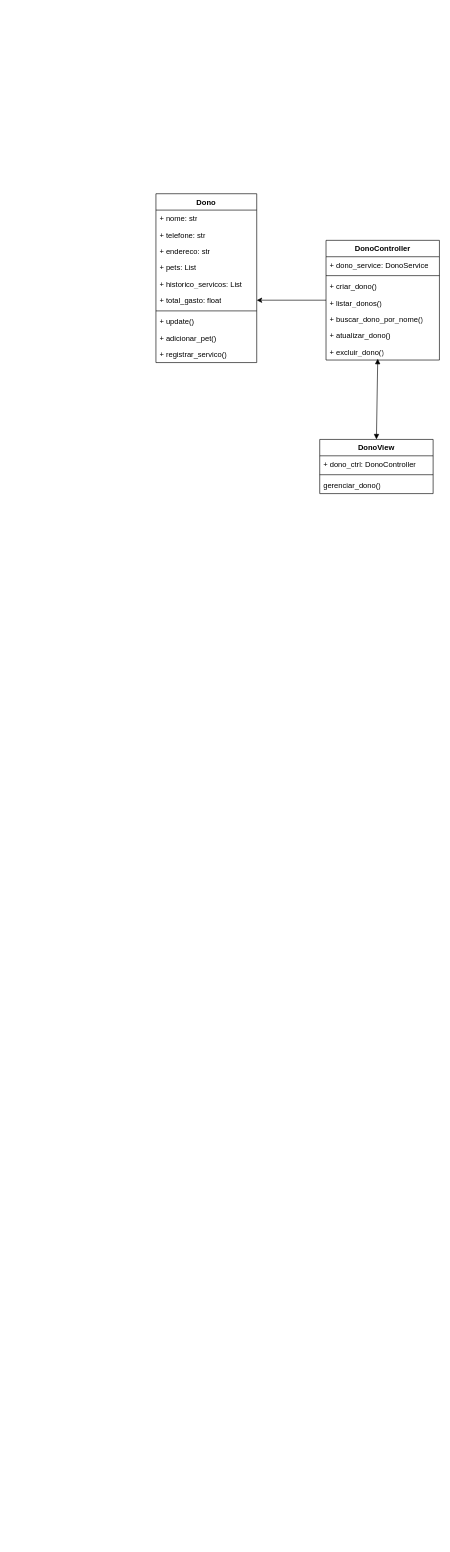
Before: UML.drawio in matheussilvano/dsoo-gestao-de-pets, a draw.io diagram. Source tidied: cells renumbered, new cells numbered last; positions are measured from the earlier drawing's top-left corner, leaving out a move shared by most shapes. Both pictures are drawn from the tidied source at 63%, with x=0, y=0 at pixel (11, 11).
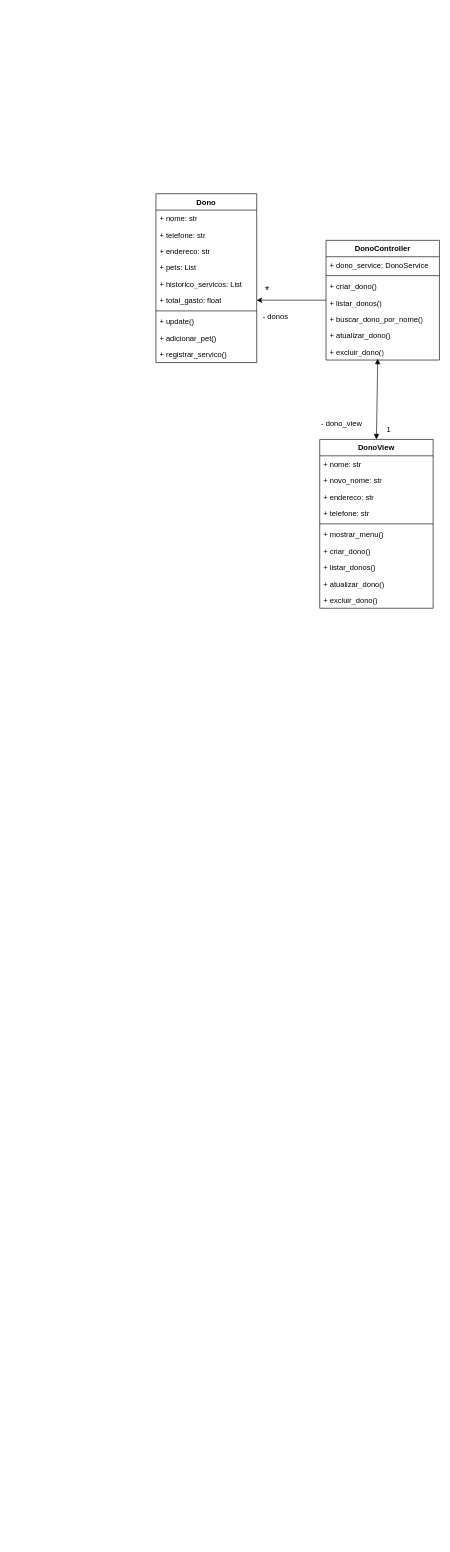
The same page after the edit.

Diff of the diagram source:
```diff
@@
     <mxCell id="2" value="&#10;  &#10;  &#10;  &#10;  &#10;  &#10;  &#10;  &#10;  &#10;  &#10;  &#10;  &#10;  &#10;  &#10;  &#10;  &#10;  &#10;  &#10;  &#10;  &#10;  &#10;  &#10;  &#10;  &#10;  &#10;  &#10;  &#10;  &#10;  &#10;  &#10;  &#10;  &#10;  &#10;  &#10;  &#10;  &#10;  &#10;  &#10;  &#10;  &#10;  &#10;  &#10;  &#10;  &#10;  &#10;  &#10;  &#10;  &#10;  &#10;  &#10;  &#10;  &#10;  &#10;  &#10;  &#10;  &#10;  &#10;  &#10;  &#10;  &#10;  &#10;  &#10;  &#10;  &#10;  &#10;  &#10;  &#10;  &#10;  &#10;  &#10;  &#10;  &#10;  &#10;  &#10;  &#10;  &#10;  &#10;  &#10;  &#10;  &#10;  &#10;  &#10;  &#10;  &#10;  &#10;  &#10;  &#10;  &#10;  &#10;  &#10;  &#10;  &#10;  &#10;  &#10;  &#10;  &#10;  &#10;  &#10;  &#10;  &#10;  &#10;  &#10;  &#10;  &#10;  &#10;  &#10;  &#10;  &#10;  &#10;  &#10;  &#10;  &#10;  &#10;  &#10;  &#10;  &#10;  &#10;  &#10;  &#10;  &#10;  &#10;  &#10;  &#10;  &#10;  &#10;  &#10;  &#10;  &#10;  &#10;  &#10;  &#10;  &#10;  &#10;  &#10;  &#10;  &#10;  &#10;  &#10;  &#10;  &#10;  &#10;  &#10;  &#10;  &#10;  &#10;  &#10;  &#10;  &#10;  &#10;  &#10;  &#10;  &#10;  &#10;  &#10;  &#10;  &#10;  &#10;" style="text;whiteSpace=wrap;html=1;" parent="1" vertex="1">
-      <mxGeometry width="30" height="2280" as="geometry" />
+      <mxGeometry x="20" y="150" width="30" height="2280" as="geometry" />
     </mxCell>
@@
     <mxCell id="23" value="DonoView" style="swimlane;fontStyle=1;align=center;verticalAlign=top;horizontal=1;startSize=26;whiteSpace=wrap;html=1;" parent="1" vertex="1">
-      <mxGeometry x="490" y="680" width="180" height="86" as="geometry" />
+      <mxGeometry x="490" y="680" width="180" height="268" as="geometry" />
     </mxCell>
-    <mxCell id="24" value="+ dono_ctrl: DonoController" style="text;strokeColor=none;fillColor=none;align=left;verticalAlign=top;spacingLeft=4;spacingRight=4;overflow=hidden;whiteSpace=wrap;html=1;" parent="23" vertex="1">
+    <mxCell id="24" value="+ nome: str" style="text;strokeColor=none;fillColor=none;align=left;verticalAlign=top;spacingLeft=4;spacingRight=4;overflow=hidden;whiteSpace=wrap;html=1;" parent="23" vertex="1">
       <mxGeometry y="26" width="180" height="26" as="geometry" />
     </mxCell>
+    <mxCell id="28" value="+ novo_nome: str" style="text;strokeColor=none;fillColor=none;align=left;verticalAlign=top;spacingLeft=4;spacingRight=4;overflow=hidden;whiteSpace=wrap;html=1;" parent="23" vertex="1">
+      <mxGeometry y="52" width="180" height="26" as="geometry" />
+    </mxCell>
+    <mxCell id="29" value="+ endereco: str" style="text;strokeColor=none;fillColor=none;align=left;verticalAlign=top;spacingLeft=4;spacingRight=4;overflow=hidden;whiteSpace=wrap;html=1;" parent="23" vertex="1">
+      <mxGeometry y="78" width="180" height="26" as="geometry" />
+    </mxCell>
+    <mxCell id="30" value="+ telefone: str" style="text;strokeColor=none;fillColor=none;align=left;verticalAlign=top;spacingLeft=4;spacingRight=4;overflow=hidden;whiteSpace=wrap;html=1;" parent="23" vertex="1">
+      <mxGeometry y="104" width="180" height="26" as="geometry" />
+    </mxCell>
     <mxCell id="25" style="line;strokeWidth=1;fillColor=none;align=left;verticalAlign=middle;spacingTop=-1;spacingLeft=3;spacingRight=3;labelPosition=right;strokeColor=inherit;" parent="23" vertex="1">
-      <mxGeometry y="52" width="180" height="8" as="geometry" />
+      <mxGeometry y="130" width="180" height="8" as="geometry" />
     </mxCell>
-    <mxCell id="26" value="gerenciar_dono()" style="text;strokeColor=none;fillColor=none;align=left;verticalAlign=top;spacingLeft=4;spacingRight=4;overflow=hidden;whiteSpace=wrap;html=1;" parent="23" vertex="1">
-      <mxGeometry y="60" width="180" height="26" as="geometry" />
+    <mxCell id="26" value="+ mostrar_menu()" style="text;strokeColor=none;fillColor=none;align=left;verticalAlign=top;spacingLeft=4;spacingRight=4;overflow=hidden;whiteSpace=wrap;html=1;" parent="23" vertex="1">
+      <mxGeometry y="138" width="180" height="26" as="geometry" />
     </mxCell>
+    <mxCell id="31" value="+ criar_dono()" style="text;strokeColor=none;fillColor=none;align=left;verticalAlign=top;spacingLeft=4;spacingRight=4;overflow=hidden;whiteSpace=wrap;html=1;" parent="23" vertex="1">
+      <mxGeometry y="164" width="180" height="26" as="geometry" />
+    </mxCell>
+    <mxCell id="32" value="+ listar_donos()" style="text;strokeColor=none;fillColor=none;align=left;verticalAlign=top;spacingLeft=4;spacingRight=4;overflow=hidden;whiteSpace=wrap;html=1;" parent="23" vertex="1">
+      <mxGeometry y="190" width="180" height="26" as="geometry" />
+    </mxCell>
+    <mxCell id="33" value="+ atualizar_dono()" style="text;strokeColor=none;fillColor=none;align=left;verticalAlign=top;spacingLeft=4;spacingRight=4;overflow=hidden;whiteSpace=wrap;html=1;" parent="23" vertex="1">
+      <mxGeometry y="216" width="180" height="26" as="geometry" />
+    </mxCell>
+    <mxCell id="34" value="+ excluir_dono()" style="text;strokeColor=none;fillColor=none;align=left;verticalAlign=top;spacingLeft=4;spacingRight=4;overflow=hidden;whiteSpace=wrap;html=1;" parent="23" vertex="1">
+      <mxGeometry y="242" width="180" height="26" as="geometry" />
+    </mxCell>
@@
+    <mxCell id="35" value="*" style="text;strokeColor=none;align=center;fillColor=none;html=1;verticalAlign=middle;whiteSpace=wrap;rounded=0;fontSize=17;" parent="1" vertex="1">
+      <mxGeometry x="374" y="430" width="66" height="30" as="geometry" />
+    </mxCell>
+    <mxCell id="36" value="1" style="text;strokeColor=none;align=center;fillColor=none;html=1;verticalAlign=middle;whiteSpace=wrap;rounded=0;" parent="1" vertex="1">
+      <mxGeometry x="570" y="650" width="60" height="30" as="geometry" />
+    </mxCell>
+    <mxCell id="37" value="- donos" style="text;strokeColor=none;align=center;fillColor=none;html=1;verticalAlign=middle;whiteSpace=wrap;rounded=0;" parent="1" vertex="1">
+      <mxGeometry x="390" y="470" width="60" height="30" as="geometry" />
+    </mxCell>
+    <mxCell id="38" value="- dono_view" style="text;strokeColor=none;align=center;fillColor=none;html=1;verticalAlign=middle;whiteSpace=wrap;rounded=0;" parent="1" vertex="1">
+      <mxGeometry x="490" y="640" width="70" height="30" as="geometry" />
+    </mxCell>
```
